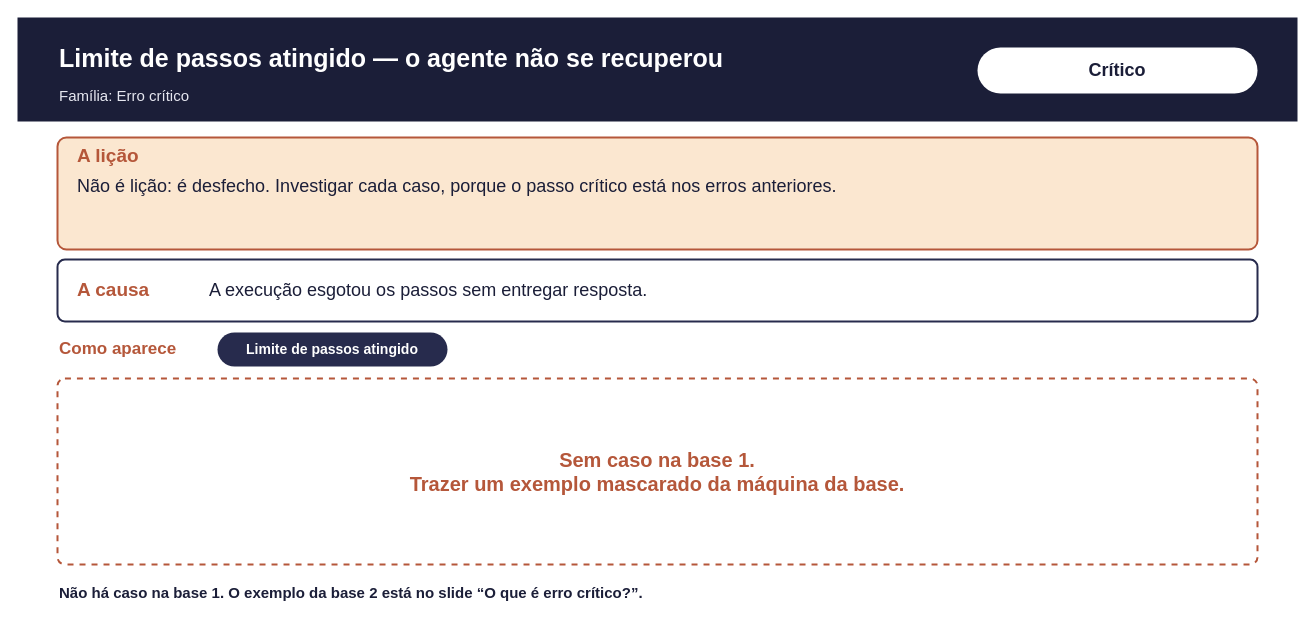
Before: page "Limite de passos atingido —" (16 of 19) of docs/sources/draw.io/anexo_fichas_unidades.drawio in rc-ventura/memory_layer_ai_agents, a draw.io diagram. Source tidied: cells renumbered, new cells numbered last; positions are measured from the earlier drawing's top-left corner, leaving out a move shared by most shapes. Both pictures are drawn from the tidied source at 100%, with x=0, y=0 at pixel (17, 17).
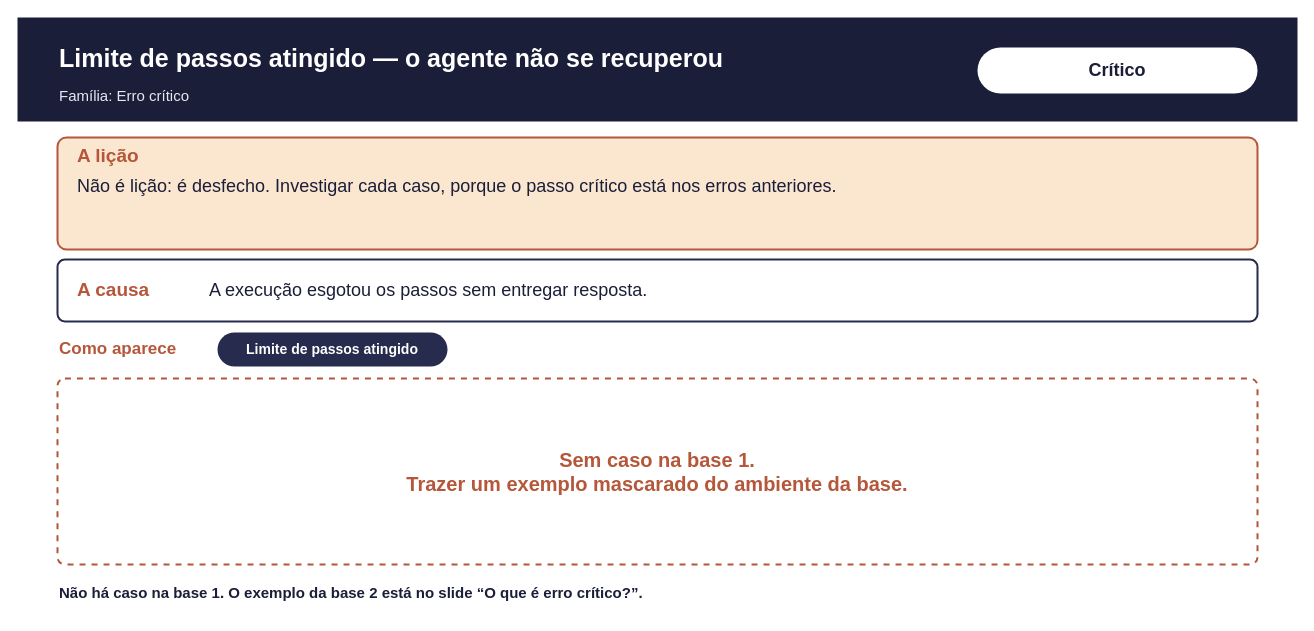
After the change.

What changed in the source:
```diff
@@
 <mxGraphModel>
   <root>
     <mxCell id="0" />
     <mxCell id="1" parent="0" />
     <mxCell id="2" style="html=1;fillColor=#1B1E38;strokeColor=none;" parent="1" vertex="1">
       <mxGeometry width="1280" height="104" as="geometry" />
     </mxCell>
     <mxCell id="3" value="&lt;b&gt;Limite de passos atingido — o agente não se recuperou&lt;/b&gt;" style="text;html=1;verticalAlign=middle;whiteSpace=wrap;align=left;fontSize=25;fontColor=#FFFFFF;" parent="1" vertex="1">
       <mxGeometry x="40" y="14" width="910" height="52" as="geometry" />
     </mxCell>
     <mxCell id="4" value="Família: Erro crítico" style="text;html=1;verticalAlign=middle;whiteSpace=wrap;align=left;fontSize=15;fontColor=#E6E7F0;" parent="1" vertex="1">
       <mxGeometry x="40" y="64" width="880" height="28" as="geometry" />
     </mxCell>
     <mxCell id="5" value="Crítico" style="rounded=1;arcSize=50;whiteSpace=wrap;html=1;fillColor=#FFFFFF;strokeColor=none;fontColor=#1B1E38;fontSize=18;fontStyle=1;" parent="1" vertex="1">
       <mxGeometry x="960" y="30" width="280" height="46" as="geometry" />
     </mxCell>
     <mxCell id="6" style="rounded=1;arcSize=8;whiteSpace=wrap;html=1;fillColor=#FBE7D0;strokeColor=#B5573A;strokeWidth=2;" parent="1" vertex="1">
       <mxGeometry x="40" y="120" width="1200" height="112" as="geometry" />
     </mxCell>
     <mxCell id="7" value="&lt;b&gt;A lição&lt;/b&gt;" style="text;html=1;verticalAlign=middle;whiteSpace=wrap;align=left;fontSize=19;fontColor=#B5573A;" parent="1" vertex="1">
       <mxGeometry x="58" y="124" width="300" height="30" as="geometry" />
     </mxCell>
     <mxCell id="8" value="Não é lição: é desfecho. Investigar cada caso, porque o passo crítico está nos erros anteriores." style="text;html=1;verticalAlign=top;whiteSpace=wrap;align=left;fontSize=18;fontColor=#1B1E38;" parent="1" vertex="1">
       <mxGeometry x="58" y="152" width="1164" height="76" as="geometry" />
     </mxCell>
     <mxCell id="9" style="rounded=1;arcSize=12;whiteSpace=wrap;html=1;fillColor=#FFFFFF;strokeColor=#272B4D;strokeWidth=2;" parent="1" vertex="1">
       <mxGeometry x="40" y="242" width="1200" height="62" as="geometry" />
     </mxCell>
     <mxCell id="10" value="&lt;b&gt;A causa&lt;/b&gt;" style="text;html=1;verticalAlign=middle;whiteSpace=wrap;align=left;fontSize=19;fontColor=#B5573A;" parent="1" vertex="1">
       <mxGeometry x="58" y="246" width="130" height="54" as="geometry" />
     </mxCell>
     <mxCell id="11" value="A execução esgotou os passos sem entregar resposta." style="text;html=1;verticalAlign=middle;whiteSpace=wrap;align=left;fontSize=18;fontColor=#1B1E38;" parent="1" vertex="1">
       <mxGeometry x="190" y="246" width="1040" height="54" as="geometry" />
     </mxCell>
     <mxCell id="12" value="&lt;b&gt;Como aparece&lt;/b&gt;" style="text;html=1;verticalAlign=middle;whiteSpace=wrap;align=left;fontSize=17;fontColor=#B5573A;" parent="1" vertex="1">
       <mxGeometry x="40" y="314" width="170" height="36" as="geometry" />
     </mxCell>
     <mxCell id="13" value="Limite de passos atingido" style="rounded=1;arcSize=50;whiteSpace=wrap;html=1;fillColor=#272B4D;strokeColor=none;fontColor=#FFFFFF;fontSize=14;fontStyle=1;" parent="1" vertex="1">
       <mxGeometry x="200" y="315" width="230" height="34" as="geometry" />
     </mxCell>
-    <mxCell id="14" value="Sem caso na base 1.&lt;br&gt;Trazer um exemplo mascarado da máquina da base." style="rounded=1;arcSize=4;whiteSpace=wrap;html=1;fillColor=#FFFFFF;strokeColor=#B5573A;strokeWidth=2;dashed=1;fontColor=#B5573A;fontSize=20;fontStyle=1;" parent="1" vertex="1">
+    <mxCell id="14" value="Sem caso na base 1.&lt;br&gt;Trazer um exemplo mascarado do ambiente da base." style="rounded=1;arcSize=4;whiteSpace=wrap;html=1;fillColor=#FFFFFF;strokeColor=#B5573A;strokeWidth=2;dashed=1;fontColor=#B5573A;fontSize=20;fontStyle=1;" parent="1" vertex="1">
       <mxGeometry x="40" y="361" width="1200" height="186" as="geometry" />
     </mxCell>
     <mxCell id="15" value="&lt;b&gt;Não há caso na base 1. O exemplo da base 2 está no slide “O que é erro crítico?”.&lt;/b&gt;" style="text;html=1;verticalAlign=middle;whiteSpace=wrap;align=left;fontSize=15;fontColor=#1B1E38;" parent="1" vertex="1">
       <mxGeometry x="40" y="553" width="1200" height="44" as="geometry" />
     </mxCell>
   </root>
 </mxGraphModel>
```
